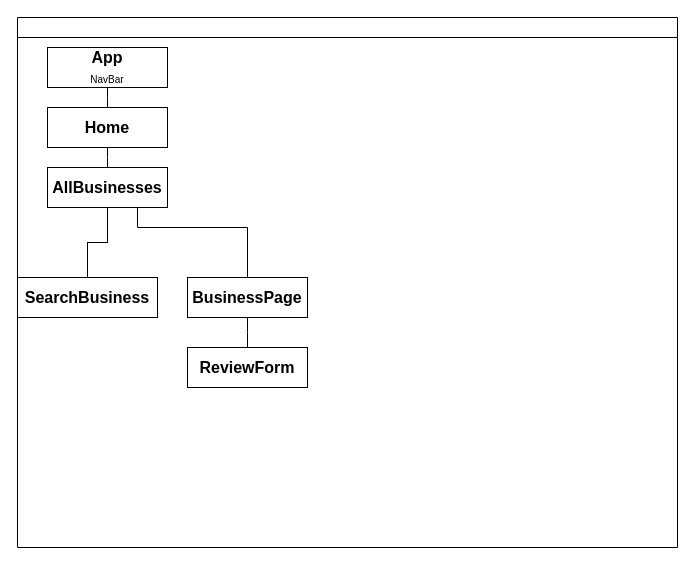
The draw.io diagram ReactComponents.drawio in jdavis8898/barking-bnb, before the edit. Source tidied: cells renumbered, new cells numbered last; positions are measured from the earlier drawing's top-left corner, leaving out a move shared by most shapes. Both pictures are drawn from the tidied source at 100%, with x=0, y=0 at pixel (17, 17).
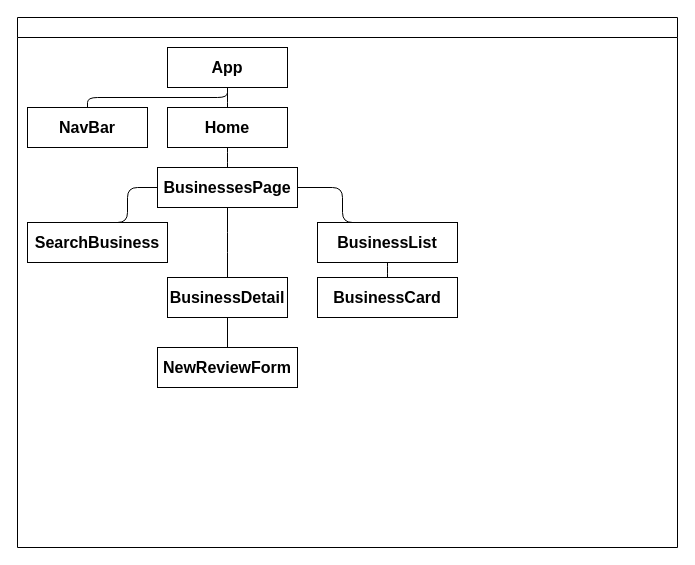
The same page after the edit.

Change to the diagram source:
```diff
@@
 <mxGraphModel>
   <root>
     <mxCell id="0" />
     <mxCell id="1" parent="0" />
     <mxCell id="2" style="swimlane;startSize=20;horizontal=1;containerType=tree;align=center;" parent="1" vertex="1">
       <mxGeometry width="660" height="530" as="geometry" />
     </mxCell>
+    <mxCell id="4" value="&lt;font style=&quot;font-size: 16px;&quot;&gt;&lt;b&gt;App&lt;/b&gt;&lt;b&gt;&lt;br&gt;&lt;/b&gt;&lt;/font&gt;" style="whiteSpace=wrap;html=1;newEdgeStyle={&quot;edgeStyle&quot;:&quot;elbowEdgeStyle&quot;,&quot;startArrow&quot;:&quot;none&quot;,&quot;endArrow&quot;:&quot;none&quot;};align=center;" parent="2" vertex="1">
+      <mxGeometry x="150" y="30" width="120" height="40" as="geometry" />
+    </mxCell>
+    <mxCell id="15" style="edgeStyle=elbowEdgeStyle;html=1;elbow=vertical;startArrow=none;endArrow=none;" parent="2" edge="1" source="4" target="16">
+      <mxGeometry relative="1" as="geometry" />
+    </mxCell>
+    <mxCell id="16" value="&lt;font style=&quot;font-size: 16px;&quot;&gt;&lt;b&gt;NavBar&lt;/b&gt;&lt;b&gt;&lt;br&gt;&lt;/b&gt;&lt;/font&gt;" style="whiteSpace=wrap;html=1;newEdgeStyle={&quot;edgeStyle&quot;:&quot;elbowEdgeStyle&quot;,&quot;startArrow&quot;:&quot;none&quot;,&quot;endArrow&quot;:&quot;none&quot;};align=center;" parent="2" vertex="1">
+      <mxGeometry x="10" y="90" width="120" height="40" as="geometry" />
+    </mxCell>
+    <mxCell id="17" value="&lt;font style=&quot;font-size: 16px;&quot;&gt;&lt;b&gt;NewReviewForm&lt;/b&gt;&lt;/font&gt;" style="whiteSpace=wrap;html=1;newEdgeStyle={&quot;edgeStyle&quot;:&quot;elbowEdgeStyle&quot;,&quot;startArrow&quot;:&quot;none&quot;,&quot;endArrow&quot;:&quot;none&quot;};" parent="2" vertex="1">
+      <mxGeometry x="140" y="330" width="140" height="40" as="geometry" />
+    </mxCell>
+    <mxCell id="14" value="&lt;font style=&quot;font-size: 16px;&quot;&gt;&lt;b&gt;SearchBusiness&lt;/b&gt;&lt;/font&gt;" style="whiteSpace=wrap;html=1;newEdgeStyle={&quot;edgeStyle&quot;:&quot;elbowEdgeStyle&quot;,&quot;startArrow&quot;:&quot;none&quot;,&quot;endArrow&quot;:&quot;none&quot;};" parent="2" vertex="1">
+      <mxGeometry x="10" y="205" width="140" height="40" as="geometry" />
+    </mxCell>
+    <mxCell id="18" style="edgeStyle=elbowEdgeStyle;html=1;startArrow=none;endArrow=none;entryX=0.5;entryY=0;entryDx=0;entryDy=0;fontSize=16;" parent="2" edge="1" source="19" target="22">
+      <mxGeometry relative="1" as="geometry" />
+    </mxCell>
+    <mxCell id="19" value="&lt;font style=&quot;font-size: 16px;&quot;&gt;&lt;b&gt;BusinessList&lt;/b&gt;&lt;/font&gt;" style="whiteSpace=wrap;html=1;newEdgeStyle={&quot;edgeStyle&quot;:&quot;elbowEdgeStyle&quot;,&quot;startArrow&quot;:&quot;none&quot;,&quot;endArrow&quot;:&quot;none&quot;};" parent="2" vertex="1">
+      <mxGeometry x="300" y="205" width="140" height="40" as="geometry" />
+    </mxCell>
+    <mxCell id="20" style="edgeStyle=elbowEdgeStyle;html=1;startArrow=none;endArrow=none;entryX=0.5;entryY=0;entryDx=0;entryDy=0;fontSize=16;" parent="2" edge="1" source="21" target="17">
+      <mxGeometry relative="1" as="geometry" />
+    </mxCell>
+    <mxCell id="21" value="&lt;font style=&quot;font-size: 16px;&quot;&gt;&lt;b&gt;BusinessDetail&lt;/b&gt;&lt;/font&gt;" style="whiteSpace=wrap;html=1;newEdgeStyle={&quot;edgeStyle&quot;:&quot;elbowEdgeStyle&quot;,&quot;startArrow&quot;:&quot;none&quot;,&quot;endArrow&quot;:&quot;none&quot;};" parent="2" vertex="1">
+      <mxGeometry x="150" y="260" width="120" height="40" as="geometry" />
+    </mxCell>
+    <mxCell id="22" value="&lt;font style=&quot;font-size: 16px;&quot;&gt;&lt;b&gt;BusinessCard&lt;/b&gt;&lt;/font&gt;" style="whiteSpace=wrap;html=1;newEdgeStyle={&quot;edgeStyle&quot;:&quot;elbowEdgeStyle&quot;,&quot;startArrow&quot;:&quot;none&quot;,&quot;endArrow&quot;:&quot;none&quot;};" parent="2" vertex="1">
+      <mxGeometry x="300" y="260" width="140" height="40" as="geometry" />
+    </mxCell>
+    <mxCell id="23" style="edgeStyle=elbowEdgeStyle;html=1;startArrow=none;endArrow=none;entryX=0.5;entryY=0;entryDx=0;entryDy=0;fontSize=16;" parent="1" edge="1" source="26" target="21">
+      <mxGeometry relative="1" as="geometry" />
+    </mxCell>
+    <mxCell id="24" style="edgeStyle=elbowEdgeStyle;html=1;startArrow=none;endArrow=none;entryX=0.5;entryY=0;entryDx=0;entryDy=0;fontSize=16;" parent="1" edge="1" source="26" target="14">
+      <mxGeometry relative="1" as="geometry" />
+    </mxCell>
+    <mxCell id="25" style="edgeStyle=elbowEdgeStyle;html=1;startArrow=none;endArrow=none;entryX=0.5;entryY=0;entryDx=0;entryDy=0;fontSize=16;" parent="1" edge="1" source="26" target="19">
+      <mxGeometry relative="1" as="geometry" />
+    </mxCell>
+    <mxCell id="26" value="&lt;font style=&quot;font-size: 16px;&quot;&gt;&lt;b&gt;BusinessesPage&lt;/b&gt;&lt;/font&gt;" style="whiteSpace=wrap;html=1;newEdgeStyle={&quot;edgeStyle&quot;:&quot;elbowEdgeStyle&quot;,&quot;startArrow&quot;:&quot;none&quot;,&quot;endArrow&quot;:&quot;none&quot;};" parent="1" vertex="1">
+      <mxGeometry x="140" y="150" width="140" height="40" as="geometry" />
+    </mxCell>
+    <mxCell id="27" style="edgeStyle=elbowEdgeStyle;html=1;startArrow=none;endArrow=none;exitX=0.5;exitY=1;exitDx=0;exitDy=0;entryX=0.5;entryY=0;entryDx=0;entryDy=0;fontSize=16;" parent="1" edge="1" source="5" target="26">
+      <mxGeometry relative="1" as="geometry" />
+    </mxCell>
+    <mxCell id="5" value="&lt;font style=&quot;font-size: 16px;&quot;&gt;&lt;b&gt;Home&lt;/b&gt;&lt;/font&gt;" style="whiteSpace=wrap;html=1;newEdgeStyle={&quot;edgeStyle&quot;:&quot;elbowEdgeStyle&quot;,&quot;startArrow&quot;:&quot;none&quot;,&quot;endArrow&quot;:&quot;none&quot;};" parent="1" vertex="1">
+      <mxGeometry x="150" y="90" width="120" height="40" as="geometry" />
+    </mxCell>
-    <mxCell id="3" style="edgeStyle=elbowEdgeStyle;elbow=vertical;sourcePerimeterSpacing=0;targetPerimeterSpacing=0;startArrow=none;endArrow=none;rounded=0;curved=0;" parent="2" edge="1" source="4" target="5">
+    <mxCell id="3" style="edgeStyle=elbowEdgeStyle;html=1;startArrow=none;endArrow=none;entryX=0.5;entryY=0;entryDx=0;entryDy=0;fontSize=16;" parent="1" edge="1" source="4" target="5">
       <mxGeometry relative="1" as="geometry" />
     </mxCell>
-    <mxCell id="4" value="&lt;font style=&quot;font-size: 16px;&quot;&gt;&lt;b&gt;App&lt;br&gt;&lt;/b&gt;&lt;span style=&quot;font-size: 10px; background-color: initial; text-align: right;&quot;&gt;NavBar&lt;/span&gt;&lt;b&gt;&lt;br&gt;&lt;/b&gt;&lt;/font&gt;" style="whiteSpace=wrap;html=1;newEdgeStyle={&quot;edgeStyle&quot;:&quot;elbowEdgeStyle&quot;,&quot;startArrow&quot;:&quot;none&quot;,&quot;endArrow&quot;:&quot;none&quot;};align=center;" parent="2" vertex="1">
-      <mxGeometry x="30" y="30" width="120" height="40" as="geometry" />
-    </mxCell>
-    <mxCell id="5" value="&lt;font style=&quot;font-size: 16px;&quot;&gt;&lt;b&gt;Home&lt;/b&gt;&lt;/font&gt;" style="whiteSpace=wrap;html=1;newEdgeStyle={&quot;edgeStyle&quot;:&quot;elbowEdgeStyle&quot;,&quot;startArrow&quot;:&quot;none&quot;,&quot;endArrow&quot;:&quot;none&quot;};" parent="2" vertex="1" collapsed="1">
-      <mxGeometry x="30" y="90" width="120" height="40" as="geometry" />
-    </mxCell>
-    <mxCell id="6" style="edgeStyle=elbowEdgeStyle;elbow=vertical;sourcePerimeterSpacing=0;targetPerimeterSpacing=0;startArrow=none;endArrow=none;rounded=0;curved=0;" parent="2" edge="1" source="5" target="7">
-      <mxGeometry relative="1" as="geometry" />
-    </mxCell>
-    <mxCell id="7" value="&lt;font style=&quot;font-size: 16px;&quot;&gt;&lt;b&gt;AllBusinesses&lt;/b&gt;&lt;/font&gt;" style="whiteSpace=wrap;html=1;newEdgeStyle={&quot;edgeStyle&quot;:&quot;elbowEdgeStyle&quot;,&quot;startArrow&quot;:&quot;none&quot;,&quot;endArrow&quot;:&quot;none&quot;};" parent="2" vertex="1" collapsed="1">
-      <mxGeometry x="30" y="150" width="120" height="40" as="geometry" />
-    </mxCell>
-    <mxCell id="8" style="edgeStyle=elbowEdgeStyle;elbow=vertical;sourcePerimeterSpacing=0;targetPerimeterSpacing=0;startArrow=none;endArrow=none;rounded=0;curved=0;" parent="2" edge="1" source="7" target="14">
-      <mxGeometry relative="1" as="geometry" />
-    </mxCell>
-    <mxCell id="9" style="edgeStyle=elbowEdgeStyle;elbow=vertical;targetPerimeterSpacing=0;startArrow=none;endArrow=none;rounded=0;curved=0;exitX=0.75;exitY=1;exitDx=0;exitDy=0;" parent="2" edge="1" source="7" target="10">
-      <mxGeometry relative="1" as="geometry">
-        <Array as="points">
-          <mxPoint x="150" y="210" />
-        </Array>
-      </mxGeometry>
-    </mxCell>
-    <mxCell id="10" value="&lt;font style=&quot;font-size: 16px;&quot;&gt;&lt;b&gt;BusinessPage&lt;/b&gt;&lt;/font&gt;" style="whiteSpace=wrap;html=1;newEdgeStyle={&quot;edgeStyle&quot;:&quot;elbowEdgeStyle&quot;,&quot;startArrow&quot;:&quot;none&quot;,&quot;endArrow&quot;:&quot;none&quot;};" parent="2" vertex="1" collapsed="1">
-      <mxGeometry x="170" y="260" width="120" height="40" as="geometry" />
-    </mxCell>
-    <mxCell id="11" style="edgeStyle=elbowEdgeStyle;elbow=vertical;sourcePerimeterSpacing=0;targetPerimeterSpacing=0;startArrow=none;endArrow=none;rounded=0;curved=0;" parent="2" edge="1" source="10" target="12">
-      <mxGeometry relative="1" as="geometry" />
-    </mxCell>
-    <mxCell id="12" value="&lt;font style=&quot;font-size: 16px;&quot;&gt;&lt;b&gt;ReviewForm&lt;/b&gt;&lt;/font&gt;" style="whiteSpace=wrap;html=1;newEdgeStyle={&quot;edgeStyle&quot;:&quot;elbowEdgeStyle&quot;,&quot;startArrow&quot;:&quot;none&quot;,&quot;endArrow&quot;:&quot;none&quot;};" parent="2" vertex="1" collapsed="1">
-      <mxGeometry x="170" y="330" width="120" height="40" as="geometry" />
-    </mxCell>
-    <mxCell id="13" style="edgeStyle=elbowEdgeStyle;elbow=vertical;sourcePerimeterSpacing=0;startArrow=none;endArrow=none;rounded=0;curved=0;" parent="2" edge="1" source="7" target="14">
-      <mxGeometry relative="1" as="geometry" />
-    </mxCell>
-    <mxCell id="14" value="&lt;font style=&quot;font-size: 16px;&quot;&gt;&lt;b&gt;SearchBusiness&lt;/b&gt;&lt;/font&gt;" style="whiteSpace=wrap;html=1;newEdgeStyle={&quot;edgeStyle&quot;:&quot;elbowEdgeStyle&quot;,&quot;startArrow&quot;:&quot;none&quot;,&quot;endArrow&quot;:&quot;none&quot;};" parent="2" vertex="1" collapsed="1">
-      <mxGeometry y="260" width="140" height="40" as="geometry" />
-    </mxCell>
   </root>
 </mxGraphModel>
```
